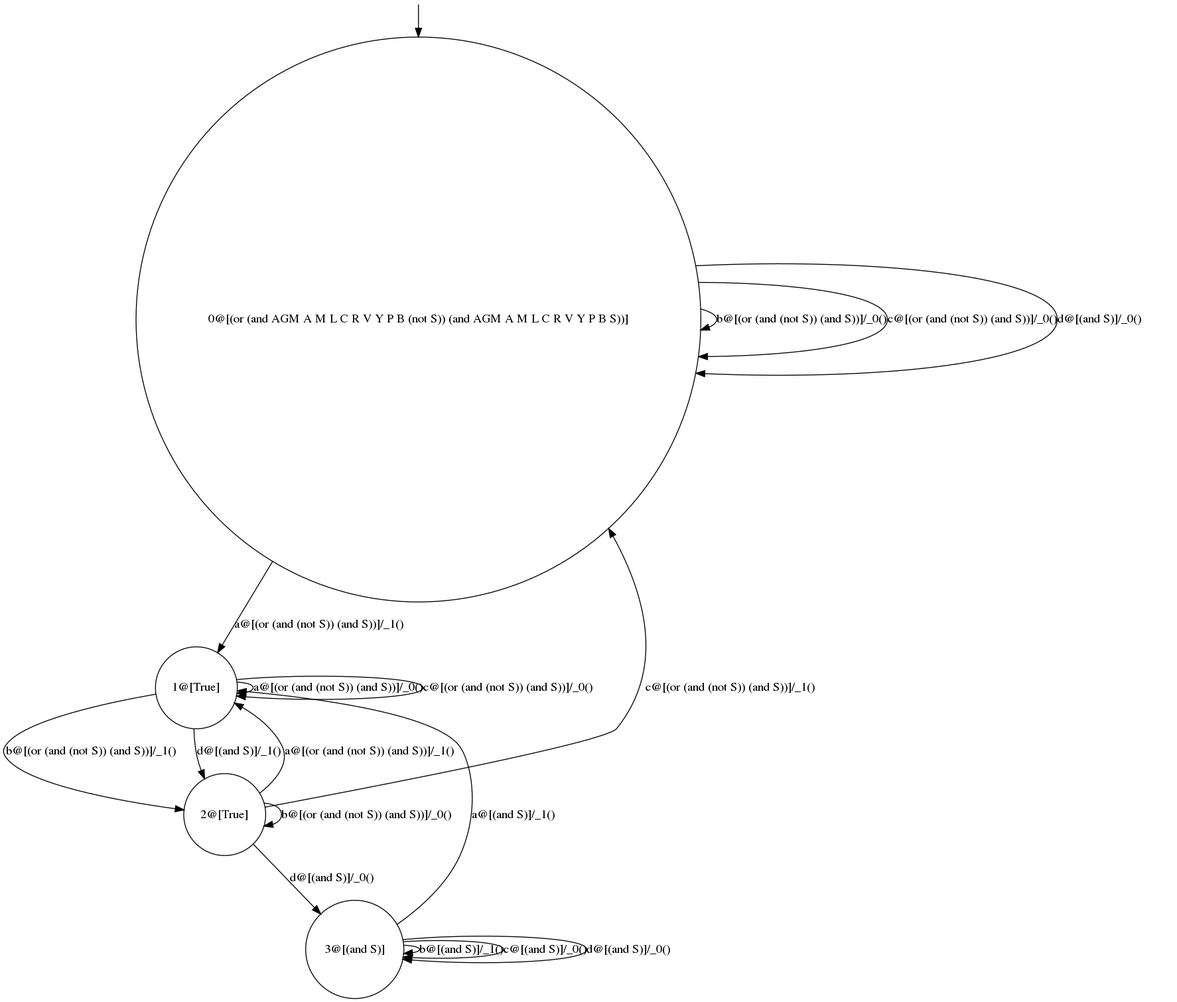
The Graphviz diagram FM_Analysis/Experiments/2019_03/ffsm_merged.dot.png in damascenodiego/learningFFSM, before a commit. Its source is kept beside it as FM_Analysis/Experiments/2019_03/ffsm_merged.dot.
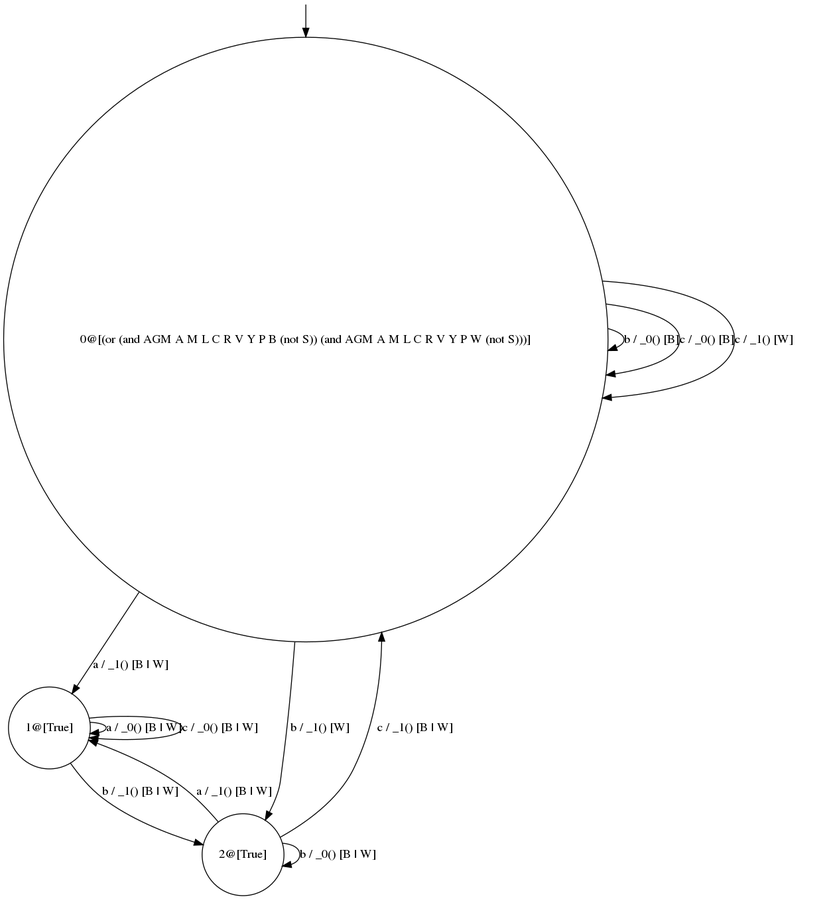
The same file after the commit.

Diff of the diagram source:
```diff
@@ -1,26 +1,19 @@
 digraph g {
-
-	s0 [shape="circle" label="0@[(or (and AGM A M L C R V Y P B (not S)) (and AGM A M L C R V Y P B S))]"];
+	edge [lblstyle="above, sloped"];
+	s0 [shape="circle" label="0@[(or (and AGM A M L C R V Y P B (not S)) (and AGM A M L C R V Y P W (not S)))]"];
 	s1 [shape="circle" label="1@[True]"];
 	s2 [shape="circle" label="2@[True]"];
-	s3 [shape="circle" label="3@[(and S)]"];
-	s0 -> s1 [label="a@[(or (and (not S)) (and S))]/_1()"];
-	s0 -> s0 [label="b@[(or (and (not S)) (and S))]/_0()"];
-	s0 -> s0 [label="c@[(or (and (not S)) (and S))]/_0()"];
-	s0 -> s0 [label="d@[(and S)]/_0()"];
-	s1 -> s1 [label="a@[(or (and (not S)) (and S))]/_0()"];
-	s1 -> s2 [label="b@[(or (and (not S)) (and S))]/_1()"];
-	s1 -> s1 [label="c@[(or (and (not S)) (and S))]/_0()"];
-	s1 -> s2 [label="d@[(and S)]/_1()"];
-	s2 -> s1 [label="a@[(or (and (not S)) (and S))]/_1()"];
-	s2 -> s2 [label="b@[(or (and (not S)) (and S))]/_0()"];
-	s2 -> s0 [label="c@[(or (and (not S)) (and S))]/_1()"];
-	s2 -> s3 [label="d@[(and S)]/_0()"];
-	s3 -> s1 [label="a@[(and S)]/_1()"];
-	s3 -> s3 [label="b@[(and S)]/_1()"];
-	s3 -> s3 [label="c@[(and S)]/_0()"];
-	s3 -> s3 [label="d@[(and S)]/_0()"];
-
-__start0 [label="" shape="none" width="0" height="0"];
-__start0 -> s0;
+	s0 -> s1 [label="a / _1() [B | W]"];
+	s0 -> s0 [label="b / _0() [B]"];
+	s0 -> s2 [label="b / _1() [W]"];
+	s0 -> s0 [label="c / _0() [B]"];
+	s0 -> s0 [label="c / _1() [W]"];
+	s1 -> s1 [label="a / _0() [B | W]"];
+	s1 -> s2 [label="b / _1() [B | W]"];
+	s1 -> s1 [label="c / _0() [B | W]"];
+	s2 -> s1 [label="a / _1() [B | W]"];
+	s2 -> s2 [label="b / _0() [B | W]"];
+	s2 -> s0 [label="c / _1() [B | W]"];
+	__start0 [label="" shape="none" width="0" height="0"];
+	__start0 -> s0;
 }
```
